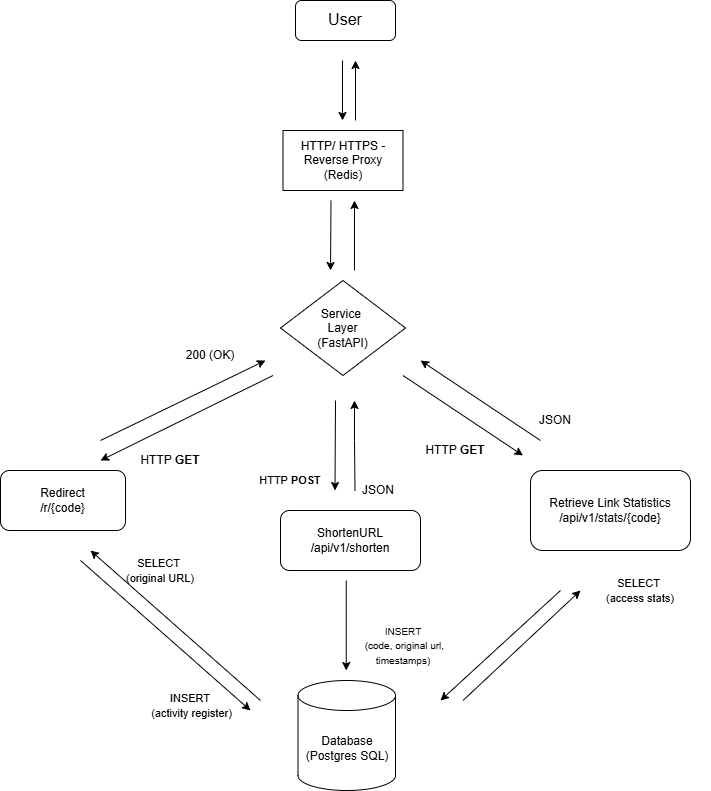
adanSiqueira/py-url-shortener keeps this draw.io diagram as docs/assets/architecture.png. Above is the earlier version. Source tidied: cells renumbered, new cells last; positions are measured from the earlier drawing's top-left corner, leaving out a move shared by most shapes. Its diagram source:
```xml
<mxGraphModel>
  <root>
    <mxCell id="0" />
    <mxCell id="1" parent="0" />
    <mxCell id="2" value="&lt;div style=&quot;line-height: 140%;&quot;&gt;&lt;font style=&quot;font-size: 16px;&quot;&gt;User&lt;/font&gt;&lt;/div&gt;" style="rounded=1;whiteSpace=wrap;html=1;" parent="1" vertex="1">
      <mxGeometry x="295" width="100" height="40" as="geometry" />
    </mxCell>
    <mxCell id="3" style="endArrow=classic;html=1;rounded=0;" parent="1" edge="1">
      <mxGeometry relative="1" as="geometry">
        <mxPoint x="342" y="60" as="sourcePoint" />
        <mxPoint x="342" y="120" as="targetPoint" />
      </mxGeometry>
    </mxCell>
    <mxCell id="4" value="HTTP/ HTTPS - Reverse Proxy&lt;div&gt;(Redis)&lt;/div&gt;" style="rounded=0;whiteSpace=wrap;html=1;" parent="1" vertex="1">
      <mxGeometry x="282.5" y="130" width="120" height="60" as="geometry" />
    </mxCell>
    <mxCell id="5" style="endArrow=classic;html=1;rounded=0;" parent="1" edge="1">
      <mxGeometry relative="1" as="geometry">
        <mxPoint x="330.5" y="200" as="sourcePoint" />
        <mxPoint x="330" y="270" as="targetPoint" />
        <Array as="points">
          <mxPoint x="330" y="200" />
        </Array>
      </mxGeometry>
    </mxCell>
    <mxCell id="6" value="Service&amp;nbsp;&lt;div&gt;Layer&lt;/div&gt;&lt;div&gt;(FastAPI)&lt;/div&gt;" style="rhombus;whiteSpace=wrap;html=1;" parent="1" vertex="1">
      <mxGeometry x="280" y="280" width="125" height="95" as="geometry" />
    </mxCell>
    <mxCell id="7" style="endArrow=classic;html=1;rounded=0;" parent="1" edge="1">
      <mxGeometry relative="1" as="geometry">
        <mxPoint x="272.5" y="375" as="sourcePoint" />
        <mxPoint x="100" y="460" as="targetPoint" />
      </mxGeometry>
    </mxCell>
    <mxCell id="8" style="endArrow=classic;html=1;rounded=0;" parent="1" edge="1">
      <mxGeometry relative="1" as="geometry">
        <mxPoint x="335" y="400" as="sourcePoint" />
        <mxPoint x="334.5" y="490" as="targetPoint" />
      </mxGeometry>
    </mxCell>
    <mxCell id="9" style="endArrow=classic;html=1;rounded=0;" parent="1" edge="1">
      <mxGeometry relative="1" as="geometry">
        <mxPoint x="402.5" y="375" as="sourcePoint" />
        <mxPoint x="522.5" y="455" as="targetPoint" />
      </mxGeometry>
    </mxCell>
    <mxCell id="10" value="ShortenURL&lt;div&gt;/api/v1/shorten&lt;/div&gt;" style="rounded=1;whiteSpace=wrap;html=1;" parent="1" vertex="1">
      <mxGeometry x="280" y="510" width="140" height="60" as="geometry" />
    </mxCell>
    <mxCell id="11" value="&lt;font&gt;HTTP &lt;b&gt;POST&lt;/b&gt;&lt;/font&gt;" style="text;html=1;whiteSpace=wrap;strokeColor=none;fillColor=none;align=center;verticalAlign=middle;rounded=0;rotation=0;fontSize=11;" parent="1" vertex="1">
      <mxGeometry x="250" y="470" width="80" height="20" as="geometry" />
    </mxCell>
    <mxCell id="12" value="Database&lt;div&gt;(Postgres SQL)&lt;/div&gt;" style="shape=cylinder3;whiteSpace=wrap;html=1;boundedLbl=1;backgroundOutline=1;size=15;" parent="1" vertex="1">
      <mxGeometry x="297.5" y="680" width="97.5" height="110" as="geometry" />
    </mxCell>
    <mxCell id="13" style="endArrow=classic;html=1;rounded=0;" parent="1" edge="1">
      <mxGeometry relative="1" as="geometry">
        <mxPoint x="345.8" y="580" as="sourcePoint" />
        <mxPoint x="345.8" y="670" as="targetPoint" />
      </mxGeometry>
    </mxCell>
    <mxCell id="14" style="endArrow=classic;html=1;rounded=0;" parent="1" edge="1">
      <mxGeometry relative="1" as="geometry">
        <mxPoint x="354.5" y="490" as="sourcePoint" />
        <mxPoint x="354" y="400" as="targetPoint" />
        <Array as="points">
          <mxPoint x="354" y="440" />
        </Array>
      </mxGeometry>
    </mxCell>
    <mxCell id="15" value="JSON" style="text;html=1;whiteSpace=wrap;strokeColor=none;fillColor=none;align=center;verticalAlign=middle;rounded=0;" parent="1" vertex="1">
      <mxGeometry x="352.5" y="480" width="50" height="20" as="geometry" />
    </mxCell>
    <mxCell id="16" style="endArrow=classic;html=1;rounded=0;" parent="1" edge="1">
      <mxGeometry relative="1" as="geometry">
        <mxPoint x="354" y="270" as="sourcePoint" />
        <mxPoint x="354" y="200" as="targetPoint" />
      </mxGeometry>
    </mxCell>
    <mxCell id="17" value="HTTP &lt;b&gt;GET&lt;/b&gt;" style="text;html=1;whiteSpace=wrap;strokeColor=none;fillColor=none;align=center;verticalAlign=middle;rounded=0;" parent="1" vertex="1">
      <mxGeometry x="135" y="450" width="70" height="20" as="geometry" />
    </mxCell>
    <mxCell id="18" value="Redirect&lt;br&gt;&lt;div&gt;/r/{code}&lt;/div&gt;" style="rounded=1;whiteSpace=wrap;html=1;" parent="1" vertex="1">
      <mxGeometry y="470" width="125" height="60" as="geometry" />
    </mxCell>
    <mxCell id="19" style="endArrow=classic;html=1;rounded=0;" parent="1" edge="1">
      <mxGeometry relative="1" as="geometry">
        <mxPoint x="100" y="440" as="sourcePoint" />
        <mxPoint x="265" y="360" as="targetPoint" />
      </mxGeometry>
    </mxCell>
    <mxCell id="20" value="200 (OK)" style="text;html=1;whiteSpace=wrap;strokeColor=none;fillColor=none;align=center;verticalAlign=middle;rounded=0;" parent="1" vertex="1">
      <mxGeometry x="180" y="340" width="60" height="30" as="geometry" />
    </mxCell>
    <mxCell id="21" style="endArrow=classic;html=1;rounded=0;" parent="1" edge="1">
      <mxGeometry relative="1" as="geometry">
        <mxPoint x="80" y="560" as="sourcePoint" />
        <mxPoint x="250" y="710" as="targetPoint" />
      </mxGeometry>
    </mxCell>
    <mxCell id="22" value="&lt;font style=&quot;font-size: 11px;&quot;&gt;SELECT&amp;nbsp;&lt;/font&gt;&lt;div&gt;&lt;font style=&quot;font-size: 11px;&quot;&gt;(original URL)&lt;/font&gt;&lt;/div&gt;" style="text;html=1;whiteSpace=wrap;strokeColor=none;fillColor=none;align=center;verticalAlign=middle;rounded=0;" parent="1" vertex="1">
      <mxGeometry x="90" y="560" width="140" height="20" as="geometry" />
    </mxCell>
    <mxCell id="23" style="endArrow=classic;html=1;rounded=0;" parent="1" edge="1">
      <mxGeometry relative="1" as="geometry">
        <mxPoint x="260" y="700" as="sourcePoint" />
        <mxPoint x="90" y="550" as="targetPoint" />
      </mxGeometry>
    </mxCell>
    <mxCell id="24" value="&lt;font style=&quot;font-size: 11px;&quot;&gt;INSERT&lt;/font&gt;&lt;div&gt;&lt;font style=&quot;font-size: 11px;&quot;&gt;&amp;nbsp;(activity register)&lt;/font&gt;&lt;/div&gt;" style="text;html=1;whiteSpace=wrap;strokeColor=none;fillColor=none;align=center;verticalAlign=middle;rounded=0;" parent="1" vertex="1">
      <mxGeometry x="140" y="690" width="100" height="30" as="geometry" />
    </mxCell>
    <mxCell id="25" style="endArrow=classic;html=1;rounded=0;" parent="1" edge="1">
      <mxGeometry relative="1" as="geometry">
        <mxPoint x="355" y="120" as="sourcePoint" />
        <mxPoint x="355" y="60" as="targetPoint" />
      </mxGeometry>
    </mxCell>
    <mxCell id="26" value="Retrieve Link Statistics&lt;div&gt;/api/v1/stats/{code}&lt;/div&gt;" style="rounded=1;whiteSpace=wrap;html=1;" parent="1" vertex="1">
      <mxGeometry x="530" y="470" width="160" height="80" as="geometry" />
    </mxCell>
    <mxCell id="27" style="endArrow=classic;html=1;rounded=0;" parent="1" edge="1">
      <mxGeometry relative="1" as="geometry">
        <mxPoint x="560" y="590" as="sourcePoint" />
        <mxPoint x="440" y="700" as="targetPoint" />
      </mxGeometry>
    </mxCell>
    <mxCell id="28" value="HTTP &lt;b&gt;GET&lt;/b&gt;" style="text;html=1;whiteSpace=wrap;strokeColor=none;fillColor=none;align=center;verticalAlign=middle;rounded=0;" parent="1" vertex="1">
      <mxGeometry x="420" y="440" width="70" height="20" as="geometry" />
    </mxCell>
    <mxCell id="29" style="endArrow=classic;html=1;rounded=0;" parent="1" edge="1">
      <mxGeometry relative="1" as="geometry">
        <mxPoint x="540" y="440" as="sourcePoint" />
        <mxPoint x="420" y="360" as="targetPoint" />
      </mxGeometry>
    </mxCell>
    <mxCell id="30" value="JSON" style="text;html=1;whiteSpace=wrap;strokeColor=none;fillColor=none;align=center;verticalAlign=middle;rounded=0;" parent="1" vertex="1">
      <mxGeometry x="530" y="410" width="50" height="20" as="geometry" />
    </mxCell>
    <mxCell id="31" value="&lt;font style=&quot;font-size: 10px;&quot;&gt;INSERT&lt;/font&gt;&lt;div&gt;&lt;font style=&quot;font-size: 10px;&quot;&gt;&amp;nbsp;(code, original url, timestamps)&lt;/font&gt;&lt;/div&gt;" style="text;html=1;whiteSpace=wrap;strokeColor=none;fillColor=none;align=center;verticalAlign=middle;rounded=0;" parent="1" vertex="1">
      <mxGeometry x="352.5" y="630" width="100" height="30" as="geometry" />
    </mxCell>
    <mxCell id="32" value="&lt;font style=&quot;font-size: 11px;&quot;&gt;SELECT&amp;nbsp;&lt;/font&gt;&lt;div&gt;&lt;font style=&quot;font-size: 11px;&quot;&gt;(access stats)&lt;/font&gt;&lt;/div&gt;" style="text;html=1;whiteSpace=wrap;strokeColor=none;fillColor=none;align=center;verticalAlign=middle;rounded=0;" parent="1" vertex="1">
      <mxGeometry x="570" y="580" width="140" height="20" as="geometry" />
    </mxCell>
    <mxCell id="33" style="endArrow=classic;html=1;rounded=0;" parent="1" edge="1">
      <mxGeometry relative="1" as="geometry">
        <mxPoint x="462.5" y="700" as="sourcePoint" />
        <mxPoint x="580" y="590" as="targetPoint" />
      </mxGeometry>
    </mxCell>
  </root>
</mxGraphModel>
```
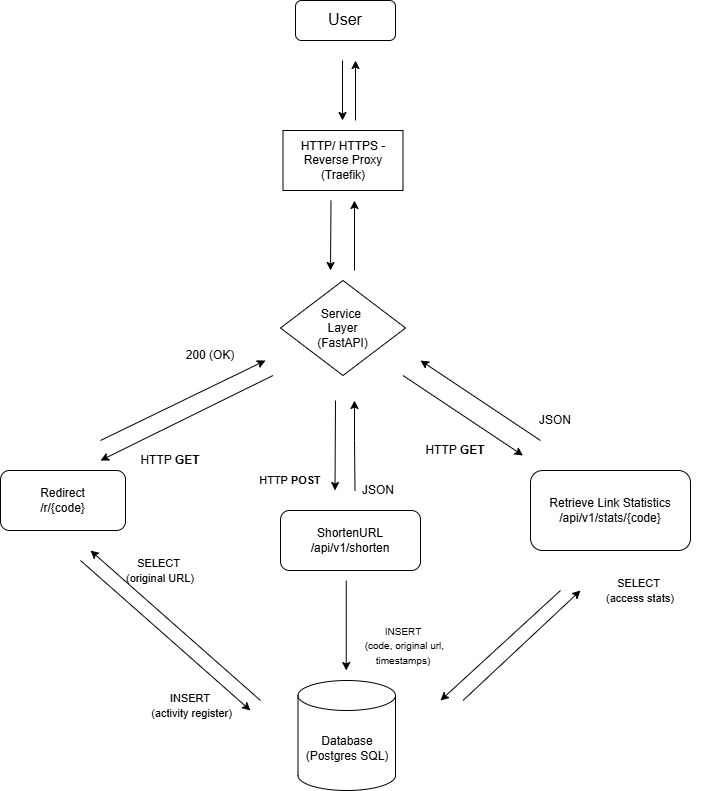
After the change.

Commit message:
Update Architecture Schema

What changed in the source:
```diff
@@ -11,7 +11,7 @@
         <mxPoint x="342" y="120" as="targetPoint" />
       </mxGeometry>
     </mxCell>
-    <mxCell id="4" value="HTTP/ HTTPS - Reverse Proxy&lt;div&gt;(Redis)&lt;/div&gt;" style="rounded=0;whiteSpace=wrap;html=1;" parent="1" vertex="1">
+    <mxCell id="4" value="HTTP/ HTTPS - Reverse Proxy&lt;div&gt;(Traefik)&lt;/div&gt;" style="rounded=0;whiteSpace=wrap;html=1;" parent="1" vertex="1">
       <mxGeometry x="282.5" y="130" width="120" height="60" as="geometry" />
     </mxCell>
     <mxCell id="5" style="endArrow=classic;html=1;rounded=0;" parent="1" edge="1">
```
